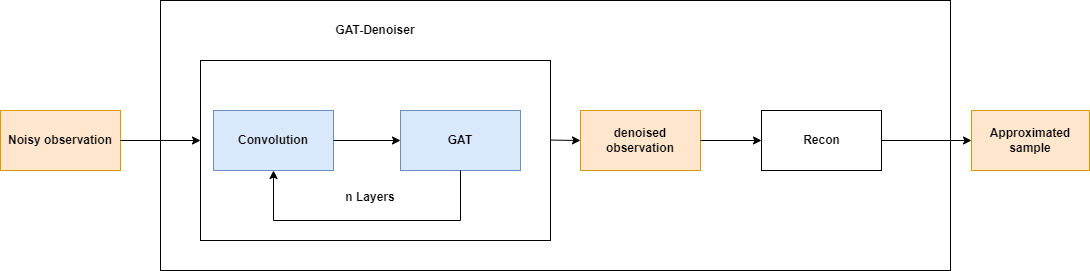
Earlier version of the draw.io export documentation/ThesisPresentation/Figures/Overall_GAT-Denoiser_Pipeline.drawio.png (cedricmendelin/master-thesis). Source tidied: cells renumbered, new cells last; positions are measured from the earlier drawing's top-left corner, leaving out a move shared by most shapes.
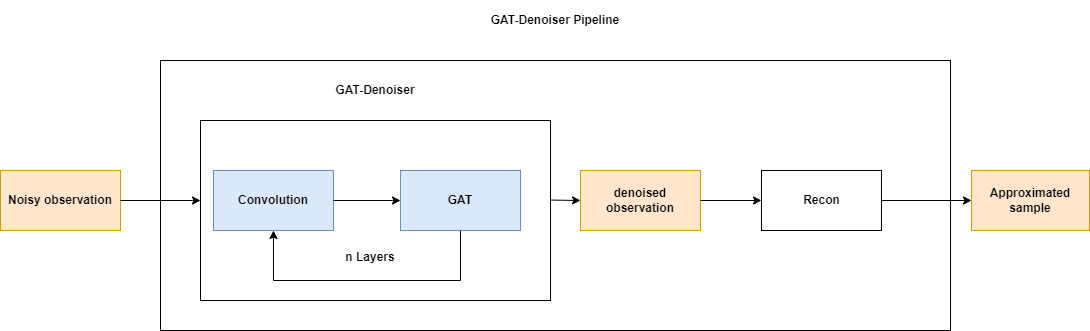
After the change.

Change to the diagram source:
```diff
@@ -62,5 +62,8 @@
         <mxPoint x="881" y="140" as="sourcePoint" />
       </mxGeometry>
     </mxCell>
+    <mxCell id="19" value="GAT-Denoiser Pipeline" style="text;html=1;strokeColor=none;fillColor=none;align=center;verticalAlign=middle;whiteSpace=wrap;rounded=0;fontStyle=1;" parent="1" vertex="1">
+      <mxGeometry x="455" y="-60" width="200" height="40" as="geometry" />
+    </mxCell>
   </root>
 </mxGraphModel>
```
